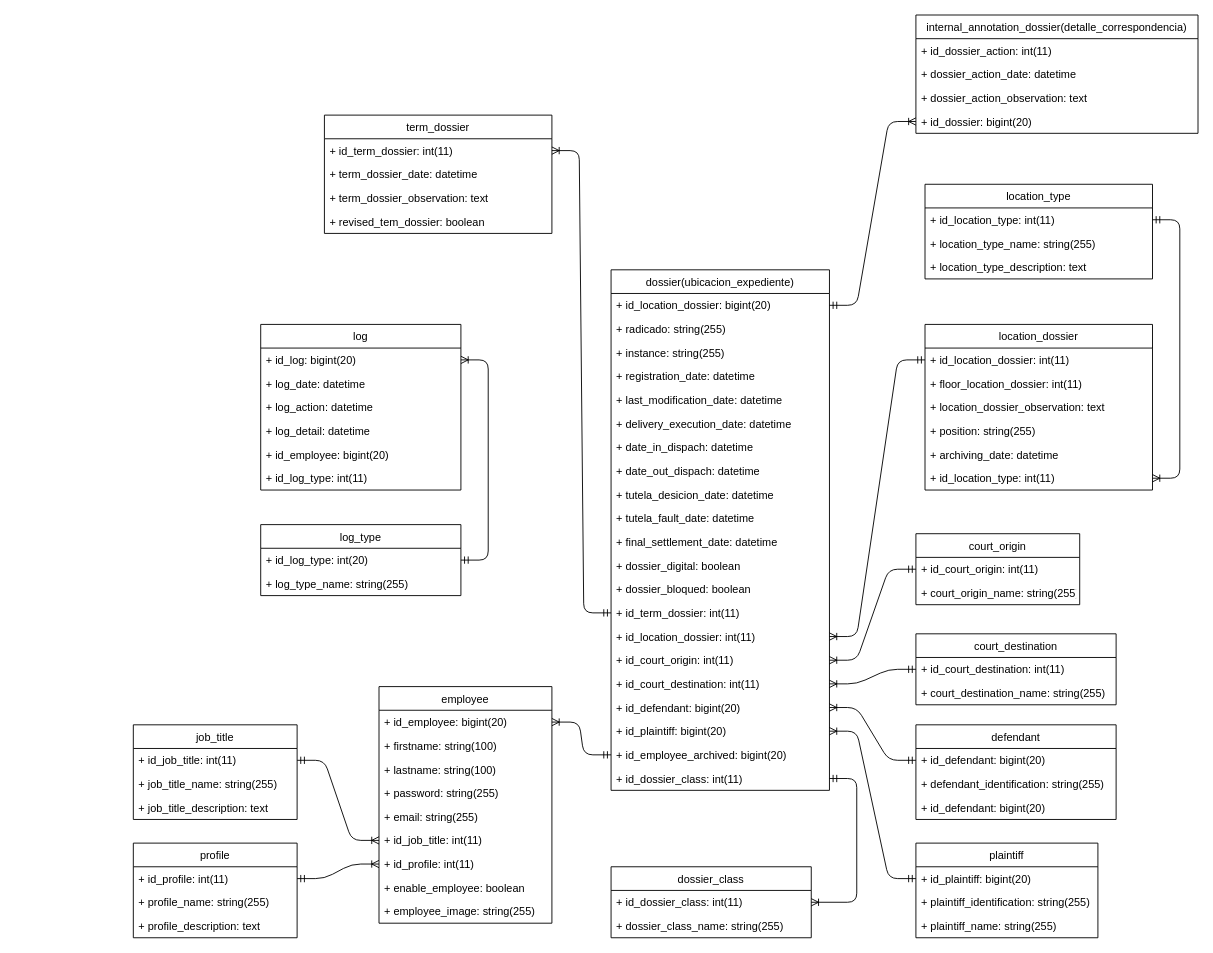
Above: laborales/database/laborales.drawio in jonanv/ejecucion2 (draw.io), before the change. Source tidied: cells renumbered, new cells numbered last; positions are measured from the earlier drawing's top-left corner, leaving out a move shared by most shapes. Both pictures are drawn from the tidied source at 91%, with x=0, y=0 at pixel (133, 15).
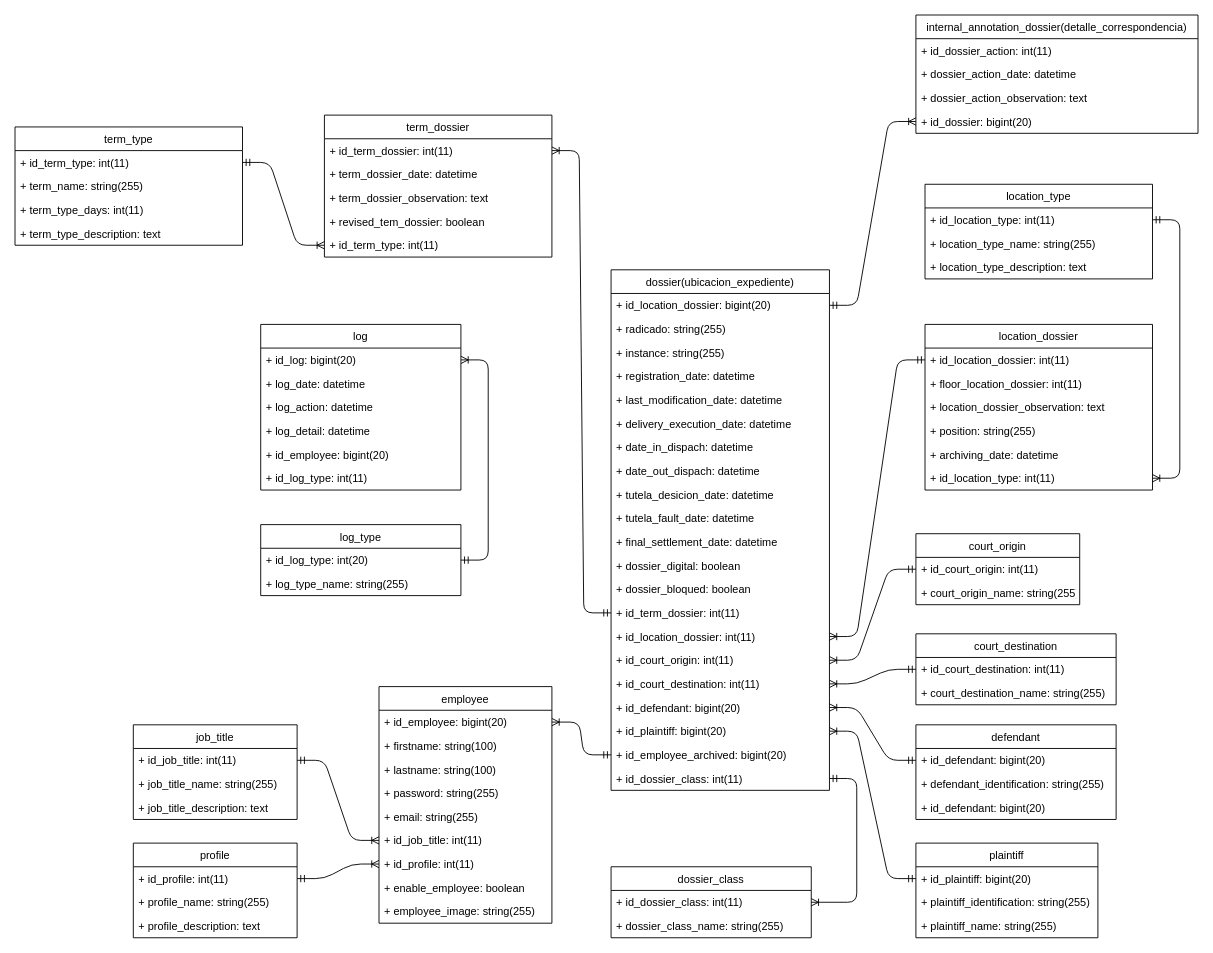
Above is the later version.

What changed in the source:
```diff
@@
     <mxCell id="88" value="term_dossier" style="swimlane;fontStyle=0;horizontal=1;startSize=26;fillColor=none;" parent="1" vertex="1">
-      <mxGeometry x="210" y="110" width="250" height="130" as="geometry" />
+      <mxGeometry x="210" y="110" width="250" height="156" as="geometry" />
     </mxCell>
@@
+    <mxCell id="103" value="+ id_term_type: int(11)" style="text;strokeColor=none;fillColor=none;align=left;verticalAlign=top;spacingLeft=4;spacingRight=4;overflow=hidden;points=[[0,0.5],[1,0.5]];portConstraint=eastwest;" parent="88" vertex="1">
+      <mxGeometry y="130" width="250" height="26" as="geometry" />
+    </mxCell>
@@
+    <mxCell id="104" value="term_type" style="swimlane;fontStyle=0;horizontal=1;startSize=26;fillColor=none;" parent="1" vertex="1">
+      <mxGeometry x="-130" y="123" width="250" height="130" as="geometry" />
+    </mxCell>
+    <mxCell id="105" value="+ id_term_type: int(11)" style="text;strokeColor=none;fillColor=none;align=left;verticalAlign=top;spacingLeft=4;spacingRight=4;overflow=hidden;points=[[0,0.5],[1,0.5]];portConstraint=eastwest;" parent="104" vertex="1">
+      <mxGeometry y="26" width="250" height="26" as="geometry" />
+    </mxCell>
+    <mxCell id="106" value="+ term_name: string(255)" style="text;strokeColor=none;fillColor=none;align=left;verticalAlign=top;spacingLeft=4;spacingRight=4;overflow=hidden;" parent="104" vertex="1">
+      <mxGeometry y="52" width="250" height="26" as="geometry" />
+    </mxCell>
+    <mxCell id="107" value="+ term_type_days: int(11)" style="text;strokeColor=none;fillColor=none;align=left;verticalAlign=top;spacingLeft=4;spacingRight=4;overflow=hidden;" parent="104" vertex="1">
+      <mxGeometry y="78" width="250" height="26" as="geometry" />
+    </mxCell>
+    <mxCell id="108" value="+ term_type_description: text" style="text;strokeColor=none;fillColor=none;align=left;verticalAlign=top;spacingLeft=4;spacingRight=4;overflow=hidden;" parent="104" vertex="1">
+      <mxGeometry y="104" width="250" height="26" as="geometry" />
+    </mxCell>
+    <mxCell id="109" style="edgeStyle=entityRelationEdgeStyle;fontSize=12;html=1;endArrow=ERoneToMany;startArrow=ERmandOne;" parent="1" edge="1" source="105" target="103">
+      <mxGeometry relative="1" as="geometry" />
+    </mxCell>
```
